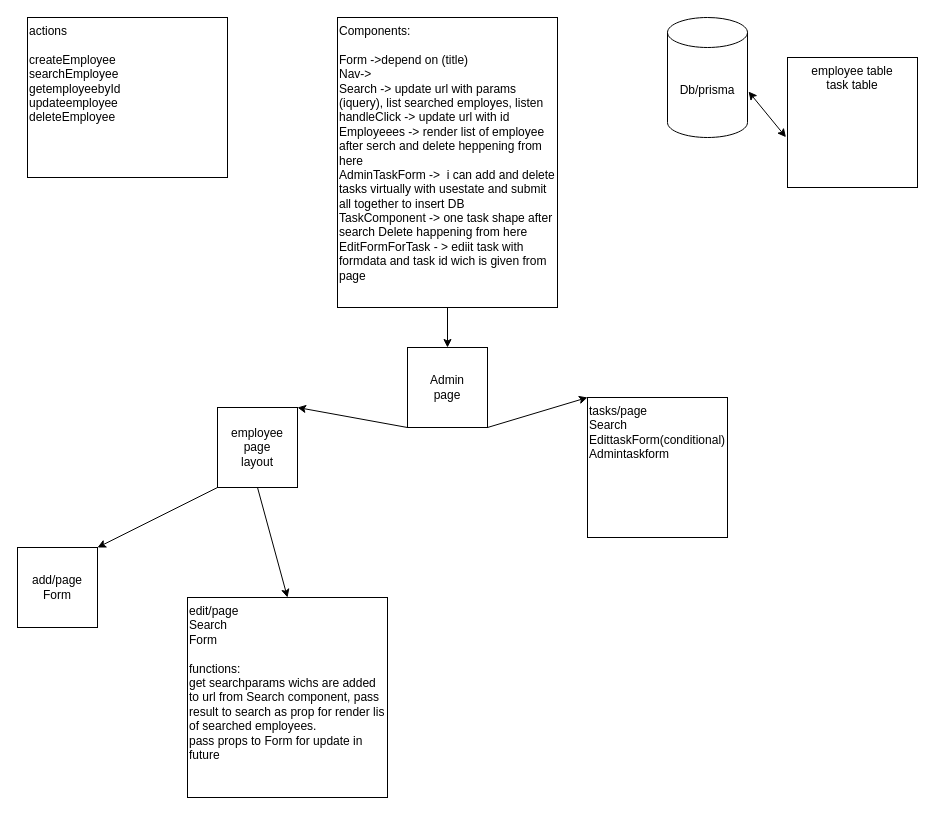
Above: Untitled Diagram.drawio in George-giorgi/tasksflow (draw.io), before the change. Source tidied: cells renumbered, new cells numbered last; positions are measured from the earlier drawing's top-left corner, leaving out a move shared by most shapes. Both pictures are drawn from the tidied source at 100%, with x=0, y=0 at pixel (17, 17).
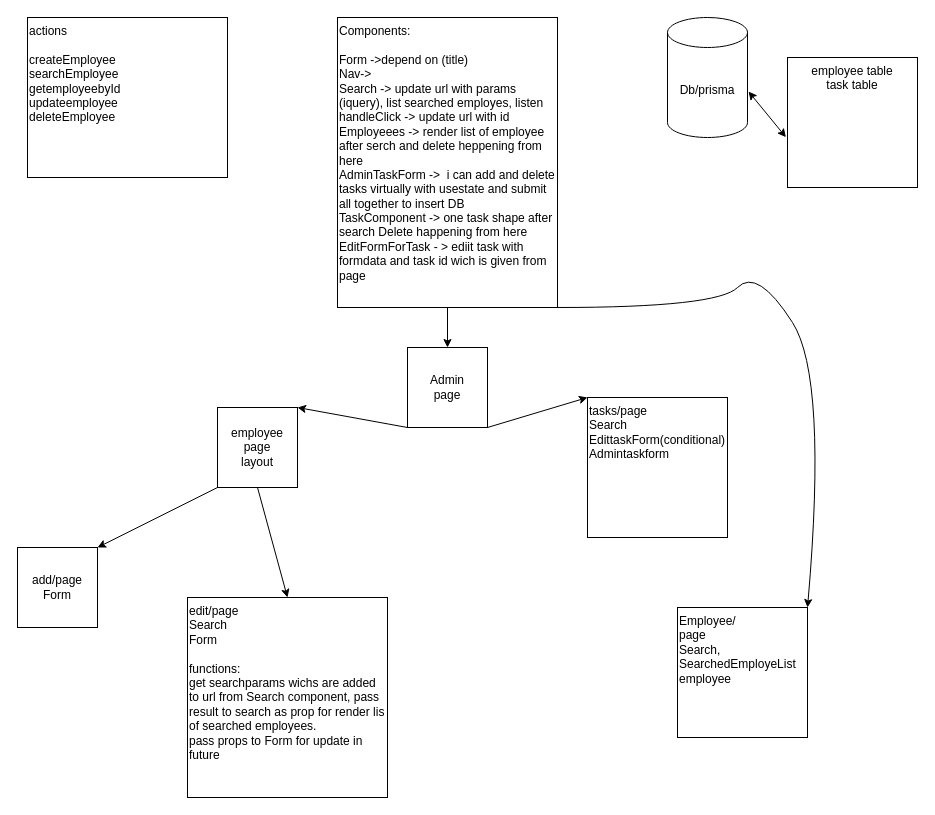
After the change.

Unchanged cells that the change refers to:
```xml
<mxCell id="8" value="&lt;span style=&quot;background-color: light-dark(#ffffff, var(--ge-dark-color, #121212));&quot;&gt;Components:&lt;/span&gt;&lt;div&gt;&lt;br&gt;&lt;div&gt;Form -&amp;gt;depend on (title)&lt;/div&gt;&lt;/div&gt;&lt;div&gt;Nav-&amp;gt;&lt;/div&gt;&lt;div&gt;Search -&amp;gt; update url with params (iquery), list searched employes, listen handleClick -&amp;gt; update url with id&amp;nbsp;&lt;/div&gt;&lt;div&gt;Employeees -&amp;gt; render list of employee after serch and delete heppening from here&lt;/div&gt;&lt;div&gt;AdminTaskForm -&amp;gt;&amp;nbsp; i can add and delete tasks virtually with usestate and submit all together to insert DB&lt;/div&gt;&lt;div&gt;TaskComponent -&amp;gt; one task shape after search Delete happening from here&lt;/div&gt;&lt;div&gt;EditFormForTask - &amp;gt; ediit task with formdata and task id wich is given from page&lt;/div&gt;&lt;div&gt;&lt;br&gt;&lt;/div&gt;" style="rounded=0;whiteSpace=wrap;html=1;align=left;verticalAlign=top;" parent="1" vertex="1">
  <mxGeometry x="320" width="220" height="290" as="geometry" />
</mxCell>
```

What changed in the source:
```diff
@@
+    <mxCell id="17" value="Employee/&lt;div&gt;page&lt;/div&gt;&lt;div&gt;Search,&lt;/div&gt;&lt;div&gt;SearchedEmployeList&lt;/div&gt;&lt;div&gt;employee&lt;/div&gt;" style="whiteSpace=wrap;html=1;verticalAlign=top;align=left;" parent="1" vertex="1">
+      <mxGeometry x="660" y="590" width="130" height="130" as="geometry" />
+    </mxCell>
+    <mxCell id="18" style="curved=1;endArrow=classic;html=1;rounded=0;entryX=1;entryY=0;entryDx=0;entryDy=0;exitX=1;exitY=1;exitDx=0;exitDy=0;" parent="1" edge="1" source="8" target="17">
+      <mxGeometry relative="1" as="geometry">
+        <Array as="points">
+          <mxPoint x="700" y="290" />
+          <mxPoint x="740" y="250" />
+          <mxPoint x="810" y="360" />
+        </Array>
+      </mxGeometry>
+    </mxCell>
```
